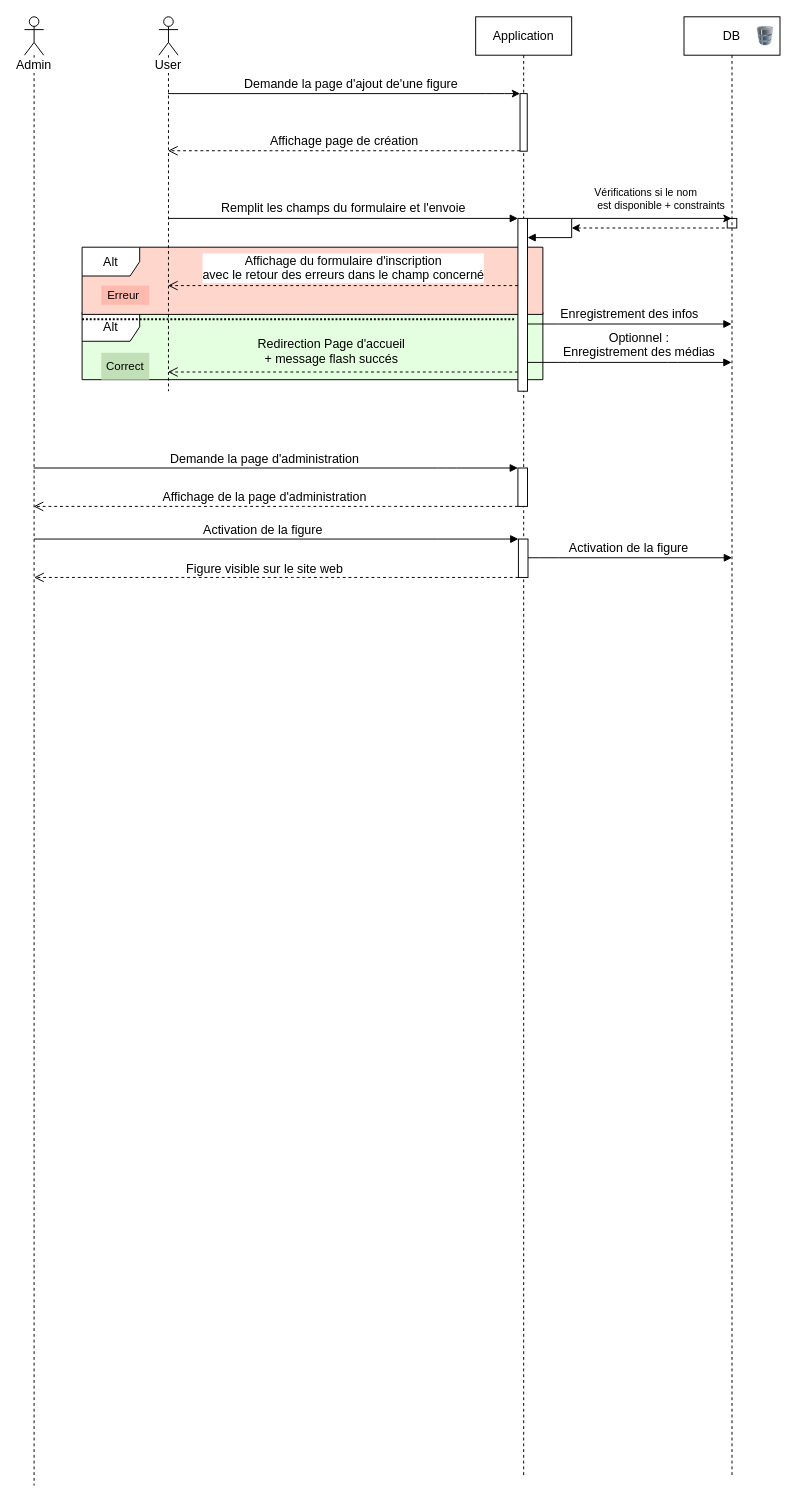
Above: Diagrammes/sequence_post_new__snowtricks.drawio in JgPhil/Snowtricks (draw.io), before the change. Source tidied: cells renumbered, new cells numbered last; positions are measured from the earlier drawing's top-left corner, leaving out a move shared by most shapes. Both pictures are drawn from the tidied source at 96%, with x=0, y=0 at pixel (24, 16).
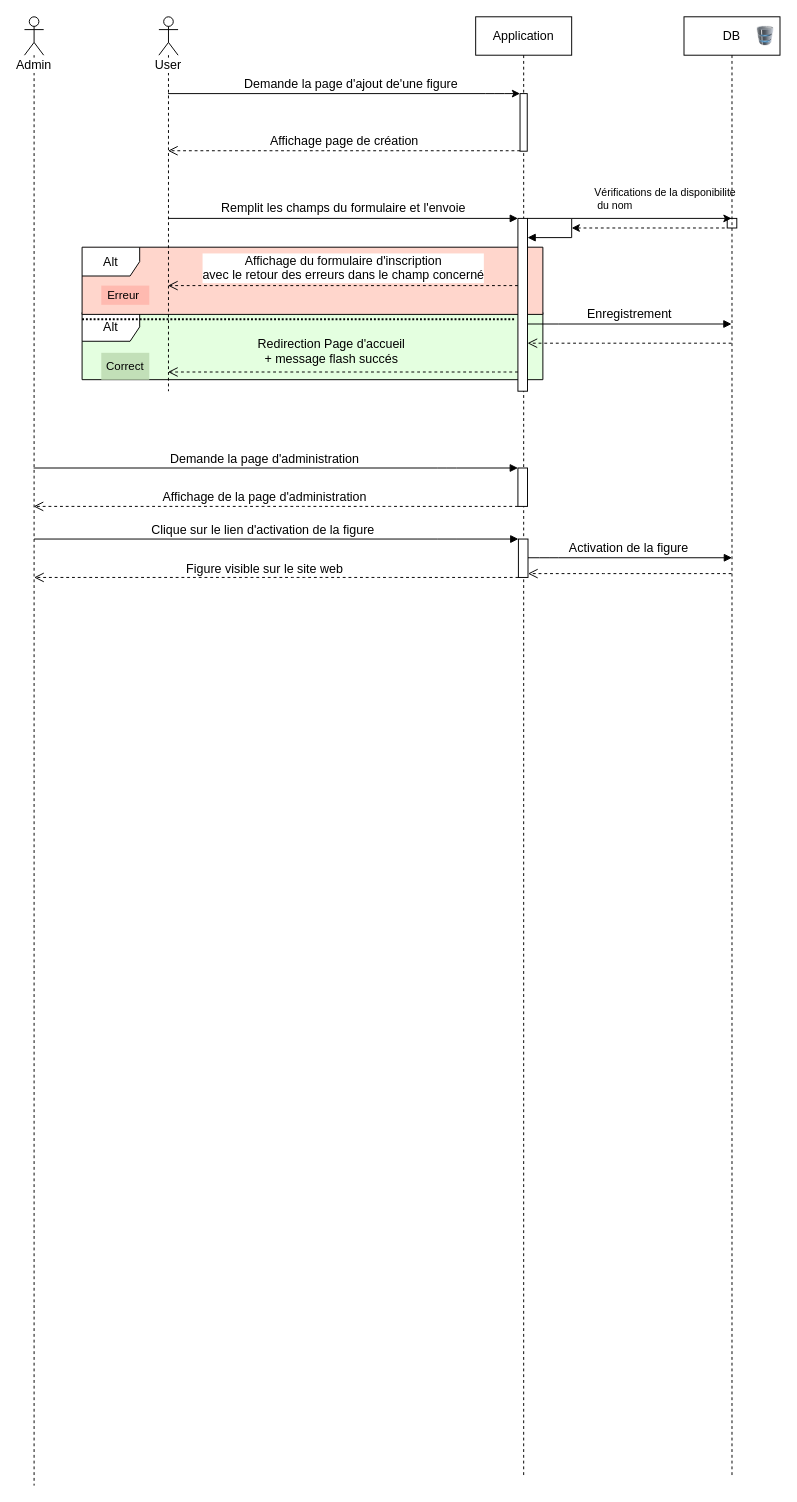
After the change.

The change refers to these unchanged cells:
```xml
<mxCell id="6" value="Application" style="shape=umlLifeline;perimeter=lifelinePerimeter;whiteSpace=wrap;html=1;rounded=0;comic=0;fontSize=13;" parent="1" vertex="1">
  <mxGeometry x="470" width="100" height="1520" as="geometry" />
</mxCell>
<mxCell id="7" style="html=1;points=[];perimeter=orthogonalPerimeter;fillColor=#FFFFFF;fontSize=13;" parent="6" vertex="1">
  <mxGeometry x="44" y="210" width="10" height="180" as="geometry" />
</mxCell>
<mxCell id="11" value="DB" style="shape=umlLifeline;perimeter=lifelinePerimeter;whiteSpace=wrap;html=1;outlineConnect=0;strokeWidth=1;fontSize=13;" parent="1" vertex="1">
  <mxGeometry x="687" width="100" height="1520" as="geometry" />
</mxCell>
<mxCell id="33" style="html=1;points=[];perimeter=orthogonalPerimeter;" parent="1" vertex="1">
  <mxGeometry x="514.5" y="544" width="10" height="40" as="geometry" />
</mxCell>
```

What changed in the source:
```diff
@@
-    <mxCell id="10" value="Vérifications si le nom&lt;br&gt;&amp;nbsp;est disponible + constraints" style="edgeStyle=orthogonalEdgeStyle;html=1;align=left;spacingLeft=2;endArrow=block;rounded=0;" parent="6" edge="1" source="7">
+    <mxCell id="10" value="Vérifications de la&amp;nbsp;disponibilite&lt;br&gt;&amp;nbsp;du nom&amp;nbsp;" style="edgeStyle=orthogonalEdgeStyle;html=1;align=left;spacingLeft=2;endArrow=block;rounded=0;" parent="6" edge="1" source="7">
       <mxGeometry x="-0.18" y="28" relative="1" as="geometry">
         <mxPoint x="54" y="230" as="targetPoint" />
         <Array as="points">
           <mxPoint x="100" y="210" />
           <mxPoint x="100" y="230" />
         </Array>
         <mxPoint x="-8" y="-20" as="offset" />
       </mxGeometry>
     </mxCell>
@@
-    <mxCell id="23" value="&lt;font style=&quot;font-size: 13px&quot;&gt;Enregistrement des infos&lt;/font&gt;" style="html=1;verticalAlign=bottom;endArrow=block;" parent="1" edge="1" source="7" target="11">
+    <mxCell id="23" value="&lt;font style=&quot;font-size: 13px&quot;&gt;Enregistrement&lt;/font&gt;" style="html=1;verticalAlign=bottom;endArrow=block;" parent="1" edge="1" source="7" target="11">
       <mxGeometry relative="1" as="geometry">
         <Array as="points">
           <mxPoint x="546" y="320" />
         </Array>
       </mxGeometry>
     </mxCell>
-    <mxCell id="24" value="&lt;span style=&quot;font-size: 13px&quot;&gt;Optionnel :&lt;br&gt;Enregistrement des médias&lt;/span&gt;" style="html=1;verticalAlign=bottom;endArrow=block;" parent="1" edge="1" source="7" target="11">
-      <mxGeometry x="0.09" relative="1" as="geometry">
-        <Array as="points">
-          <mxPoint x="566" y="360" />
-          <mxPoint x="670" y="360" />
-        </Array>
-      </mxGeometry>
-    </mxCell>
@@
-    <mxCell id="36" value="Activation de la figure&amp;nbsp;" style="text;html=1;align=center;verticalAlign=middle;fontSize=13;" parent="1" vertex="1">
-      <mxGeometry x="180" y="524" width="140" height="20" as="geometry" />
+    <mxCell id="36" value="Clique sur le lien d'activation de la figure&amp;nbsp;" style="text;html=1;align=center;verticalAlign=middle;fontSize=13;" parent="1" vertex="1">
+      <mxGeometry x="125" y="524" width="250" height="20" as="geometry" />
     </mxCell>
@@
+    <mxCell id="39" style="html=1;verticalAlign=bottom;endArrow=open;dashed=1;endSize=8;fontSize=13;" parent="1" edge="1" source="11" target="7">
+      <mxGeometry relative="1" as="geometry">
+        <Array as="points">
+          <mxPoint x="700" y="340" />
+          <mxPoint x="610" y="340" />
+        </Array>
+      </mxGeometry>
+    </mxCell>
+    <mxCell id="40" style="html=1;verticalAlign=bottom;endArrow=open;dashed=1;endSize=8;fontSize=13;" parent="1" edge="1" source="11" target="33">
+      <mxGeometry relative="1" as="geometry">
+        <Array as="points">
+          <mxPoint x="710" y="580" />
+          <mxPoint x="600" y="580" />
+        </Array>
+      </mxGeometry>
+    </mxCell>
```
